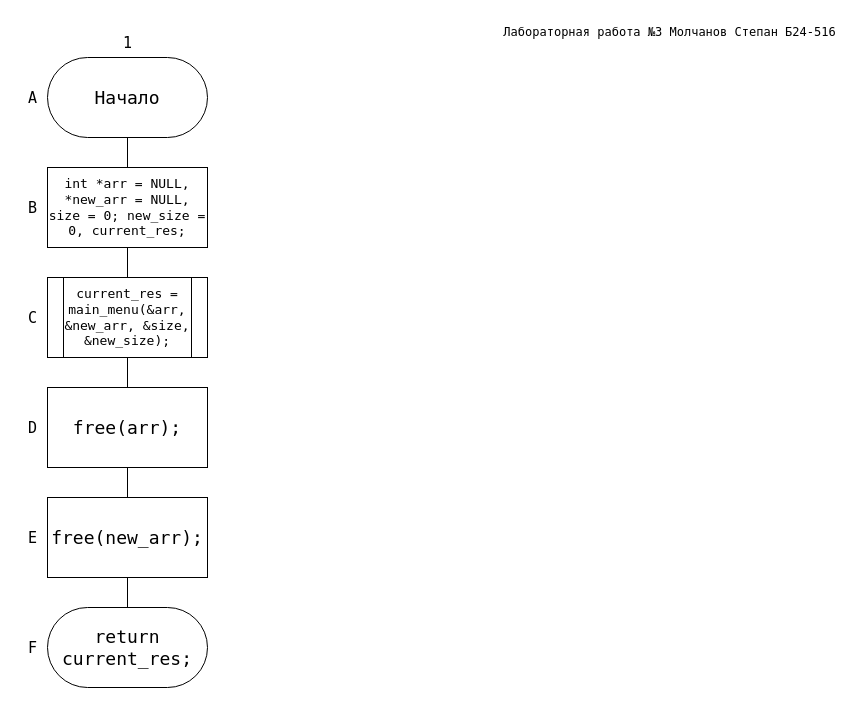
molchanov71/MEPhIflowcharts keeps this draw.io diagram as page "main" (1 of 7) of lab3.drawio. Above is the earlier version. Source tidied: cells renumbered, new cells numbered last; positions are measured from the earlier drawing's top-left corner, leaving out a move shared by most shapes. Both pictures are drawn from the tidied source at 100%, with x=0, y=0 at pixel (17, 17).
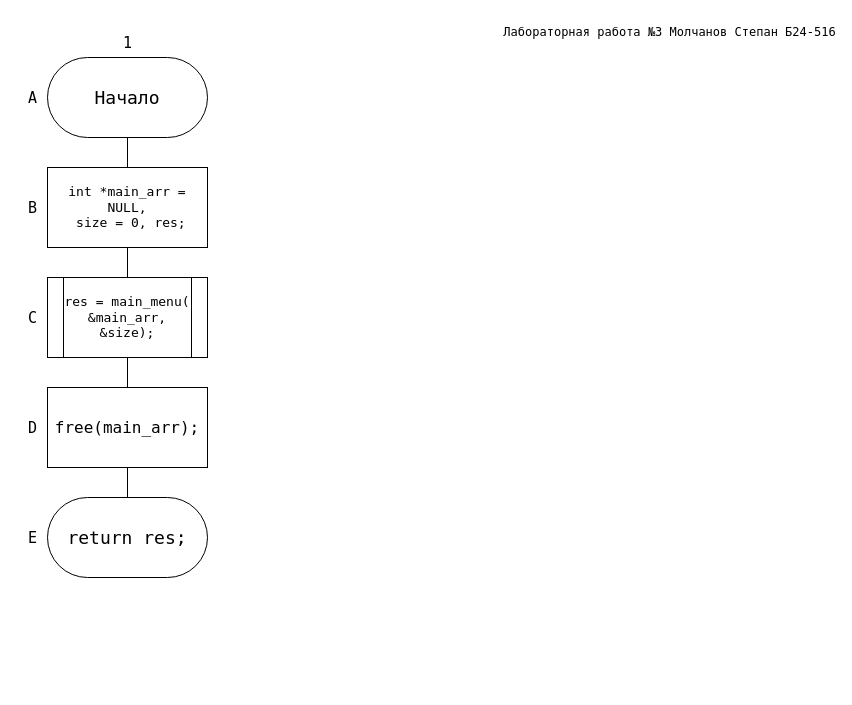
The same diagram, later.

What changed in the source:
```diff
@@
-    <mxCell id="5" value="&lt;font style=&quot;font-size: 13px;&quot; face=&quot;Lucida Console&quot;&gt;current_res = main_menu(&amp;amp;arr, &amp;amp;new_arr, &amp;amp;size, &amp;amp;new_size);&lt;/font&gt;" style="shape=process;whiteSpace=wrap;html=1;backgroundOutline=1;" parent="1" vertex="1">
+    <mxCell id="5" value="&lt;font face=&quot;Lucida Console&quot;&gt;&lt;span style=&quot;font-size: 13px;&quot;&gt;res = main_menu(&lt;br&gt;&amp;amp;main_arr, &amp;amp;size);&lt;/span&gt;&lt;/font&gt;" style="shape=process;whiteSpace=wrap;html=1;backgroundOutline=1;" parent="1" vertex="1">
       <mxGeometry x="30" y="260" width="160" height="80" as="geometry" />
     </mxCell>
@@
-    <mxCell id="7" value="&lt;font style=&quot;font-size: 13px;&quot; face=&quot;Lucida Console&quot;&gt;int *arr = NULL, *new_arr = NULL, size = 0; new_size = 0, current_res;&lt;/font&gt;" style="rounded=0;whiteSpace=wrap;html=1;" parent="1" vertex="1">
+    <mxCell id="7" value="&lt;font face=&quot;Lucida Console&quot;&gt;&lt;span style=&quot;font-size: 13px;&quot;&gt;int *main_arr = NULL,&lt;br&gt;&amp;nbsp;size = 0, res;&lt;/span&gt;&lt;/font&gt;" style="rounded=0;whiteSpace=wrap;html=1;" parent="1" vertex="1">
       <mxGeometry x="30" y="150" width="160" height="80" as="geometry" />
     </mxCell>
-    <mxCell id="8" style="edgeStyle=orthogonalEdgeStyle;rounded=0;jettySize=auto;html=1;exitX=0.5;exitY=1;exitDx=0;exitDy=0;entryX=0.5;entryY=0;entryDx=0;entryDy=0;endArrow=none;endFill=0;" parent="1" edge="1" source="9" target="11">
-      <mxGeometry relative="1" as="geometry" />
+    <mxCell id="8" style="edgeStyle=orthogonalEdgeStyle;rounded=0;jettySize=auto;html=1;exitX=0.5;exitY=1;exitDx=0;exitDy=0;entryX=0.5;entryY=0;entryDx=0;entryDy=0;endArrow=none;endFill=0;" parent="1" edge="1" source="9">
+      <mxGeometry relative="1" as="geometry">
+        <mxPoint x="110" y="480" as="targetPoint" />
+      </mxGeometry>
     </mxCell>
-    <mxCell id="9" value="&lt;font style=&quot;font-size: 18px;&quot; face=&quot;Lucida Console&quot;&gt;free(arr);&lt;/font&gt;" style="rounded=0;whiteSpace=wrap;html=1;" parent="1" vertex="1">
+    <mxCell id="9" value="&lt;font style=&quot;font-size: 16px;&quot; face=&quot;Lucida Console&quot;&gt;free(main_arr);&lt;/font&gt;" style="rounded=0;whiteSpace=wrap;html=1;" parent="1" vertex="1">
       <mxGeometry x="30" y="370" width="160" height="80" as="geometry" />
     </mxCell>
-    <mxCell id="10" style="edgeStyle=orthogonalEdgeStyle;rounded=0;jettySize=auto;html=1;exitX=0.5;exitY=1;exitDx=0;exitDy=0;entryX=0.5;entryY=0;entryDx=0;entryDy=0;endArrow=none;endFill=0;" parent="1" edge="1" source="11" target="12">
-      <mxGeometry relative="1" as="geometry" />
-    </mxCell>
-    <mxCell id="11" value="&lt;font style=&quot;font-size: 18px;&quot; face=&quot;Lucida Console&quot;&gt;free(new_arr);&lt;/font&gt;" style="rounded=0;whiteSpace=wrap;html=1;" parent="1" vertex="1">
-      <mxGeometry x="30" y="480" width="160" height="80" as="geometry" />
-    </mxCell>
-    <mxCell id="12" value="&lt;font style=&quot;font-size: 18px;&quot; face=&quot;Lucida Console&quot;&gt;return current_res;&lt;/font&gt;" style="rounded=1;whiteSpace=wrap;html=1;arcSize=50;" parent="1" vertex="1">
-      <mxGeometry x="30" y="590" width="160" height="80" as="geometry" />
+    <mxCell id="12" value="&lt;font style=&quot;font-size: 18px;&quot; face=&quot;Lucida Console&quot;&gt;return res;&lt;/font&gt;" style="rounded=1;whiteSpace=wrap;html=1;arcSize=50;" parent="1" vertex="1">
+      <mxGeometry x="30" y="480" width="160" height="80" as="geometry" />
     </mxCell>
@@
-    <mxCell id="20" value="&lt;font style=&quot;font-size: 15px;&quot; face=&quot;Lucida Console&quot;&gt;F&lt;/font&gt;" style="text;html=1;align=center;verticalAlign=middle;strokeColor=none;fillColor=none;" parent="1" vertex="1">
-      <mxGeometry y="615" width="30" height="30" as="geometry" />
-    </mxCell>
```
